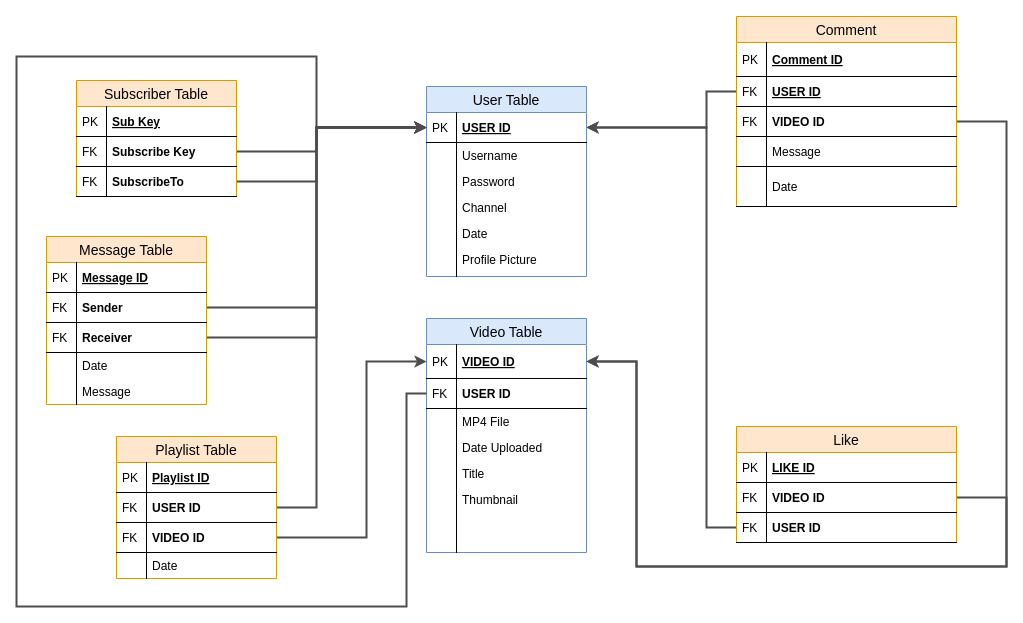
Earlier version of the draw.io diagram Design/Tables/MeTube Table Schema.drawio (Jacob-Mellichamp/MeTube). Source tidied: cells renumbered, new cells numbered last; positions are measured from the earlier drawing's top-left corner, leaving out a move shared by most shapes. Both pictures are drawn from the tidied source at 100%, with x=0, y=0 at pixel (16, 16).
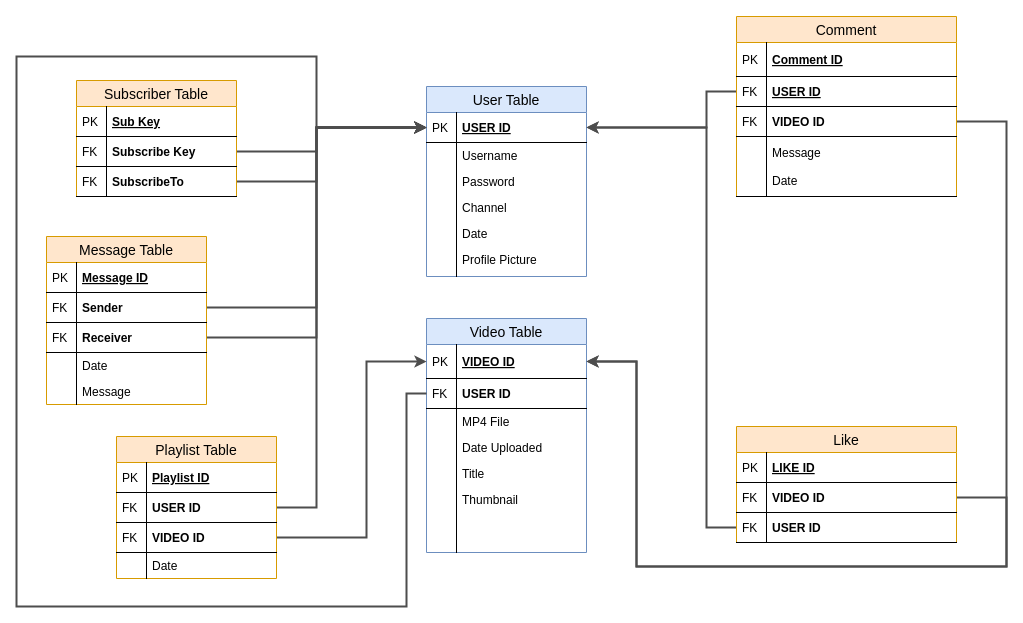
After the change.

The edit, as a diff of the source:
```diff
@@
     <mxCell id="39" value="Comment" style="swimlane;fontStyle=0;horizontal=1;startSize=26;fillColor=#ffe6cc;swimlaneFillColor=#ffffff;align=center;fontSize=14;strokeColor=#d79b00;" parent="1" vertex="1">
-      <mxGeometry x="720" width="220" height="190" as="geometry" />
+      <mxGeometry x="720" width="220" height="180" as="geometry" />
     </mxCell>
@@
-    <mxCell id="46" value="Message" style="shape=partialRectangle;top=0;left=0;right=0;bottom=1;align=left;verticalAlign=middle;fillColor=none;spacingLeft=34;spacingRight=4;overflow=hidden;fontStyle=0;fontSize=12;" parent="39" vertex="1">
-      <mxGeometry y="120" width="220" height="30" as="geometry" />
+    <mxCell id="46" value="Message&#10;&#10;Date" style="shape=partialRectangle;top=0;left=0;right=0;bottom=1;align=left;verticalAlign=middle;fillColor=none;spacingLeft=34;spacingRight=4;overflow=hidden;fontStyle=0;fontSize=12;" parent="39" vertex="1">
+      <mxGeometry y="120" width="220" height="60" as="geometry" />
     </mxCell>
     <mxCell id="47" style="shape=partialRectangle;top=0;left=0;bottom=0;fillColor=none;align=left;verticalAlign=middle;spacingLeft=4;spacingRight=4;overflow=hidden;fontSize=12;" parent="46" vertex="1">
-      <mxGeometry width="30" height="30" as="geometry" />
+      <mxGeometry width="30" height="60" as="geometry" />
     </mxCell>
-    <mxCell id="48" value="Date" style="shape=partialRectangle;top=0;left=0;right=0;bottom=1;align=left;verticalAlign=middle;fillColor=none;spacingLeft=34;spacingRight=4;overflow=hidden;fontStyle=0;fontSize=12;" parent="39" vertex="1">
-      <mxGeometry y="150" width="220" height="40" as="geometry" />
-    </mxCell>
-    <mxCell id="49" style="shape=partialRectangle;top=0;left=0;bottom=0;fillColor=none;align=left;verticalAlign=middle;spacingLeft=4;spacingRight=4;overflow=hidden;fontSize=12;" parent="48" vertex="1">
-      <mxGeometry width="30" height="40" as="geometry" />
-    </mxCell>
```
